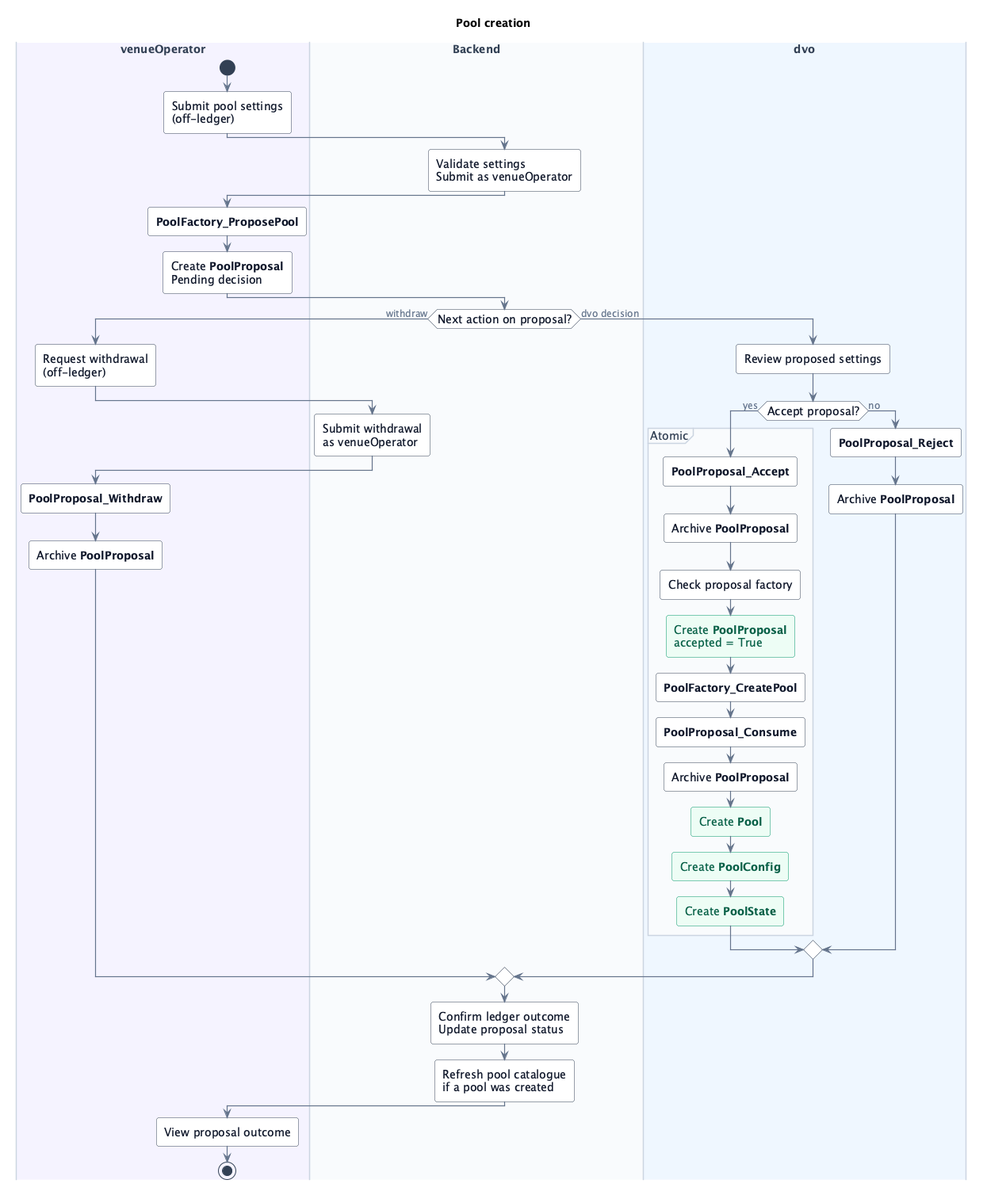
Above: docs/flows/images/pool-creation.png in laurenmxv/canton-dex (PlantUML), before the change.
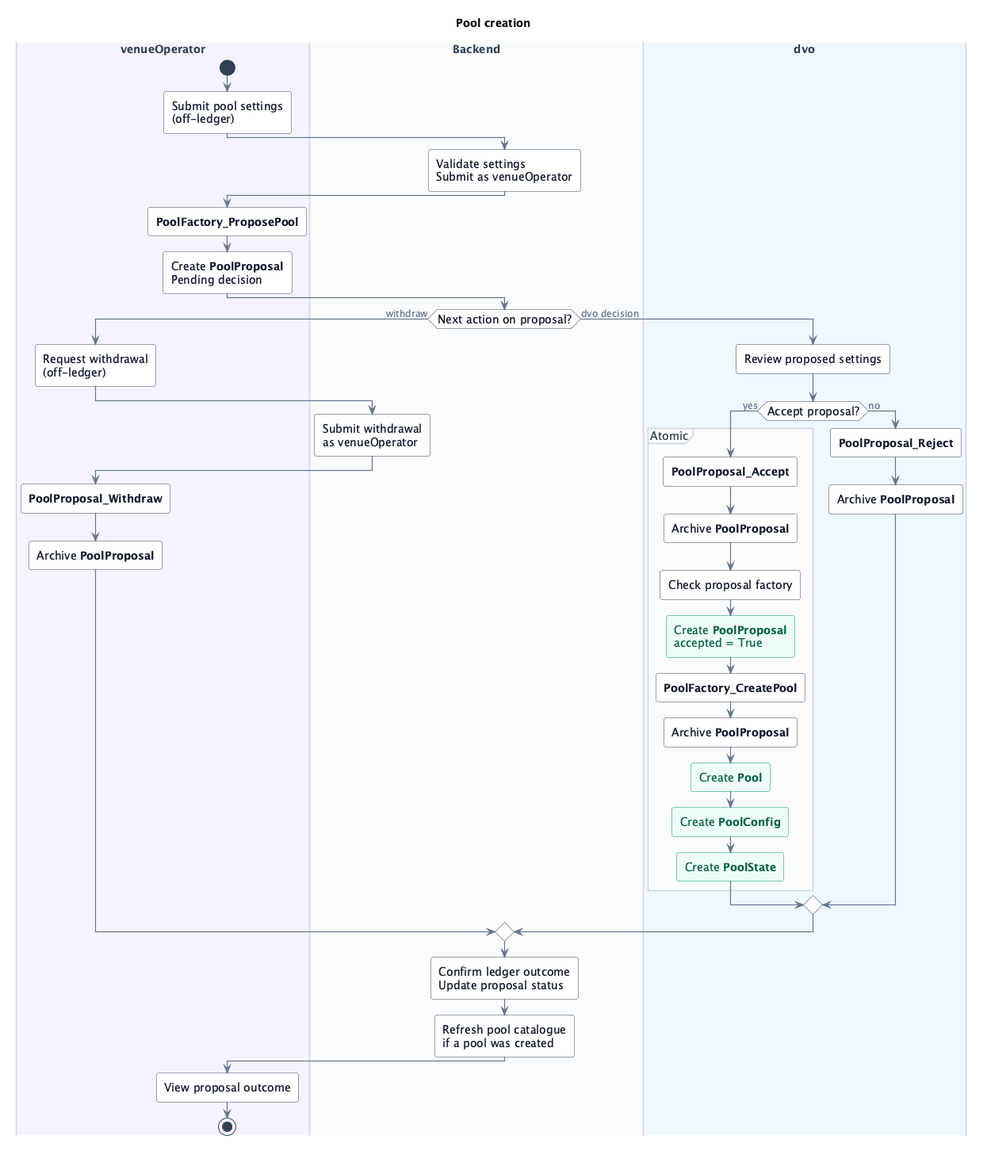
Later version of the same file.

Commit message:
Archive accepted pool proposals directly in the factory

Diff of the diagram source:
```diff
@@ -1,6 +1,4 @@
 @startuml pool-creation
-skinparamlocked dpiCommandLine 200
-skinparamlocked dpiCommandLine 200
 skinparamlocked dpiCommandLine 200
 <style>
 activityDiagram {
@@ -79,7 +77,6 @@
       :Check proposal factory;
       :Create **PoolProposal**\naccepted = True; <<created>>
       :**PoolFactory_CreatePool**;
-      :**PoolProposal_Consume**;
       :Archive **PoolProposal**;
       :Create **Pool**; <<created>>
       :Create **PoolConfig**; <<created>>
```
